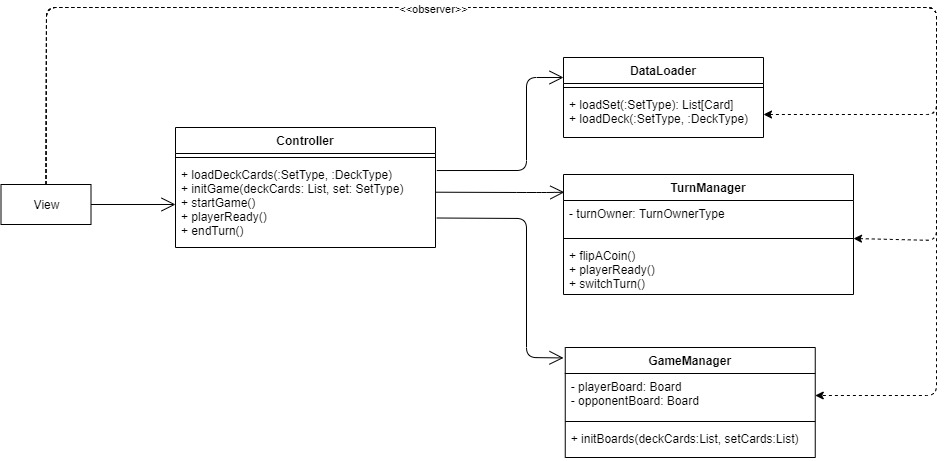
The draw.io diagram process/design/Initialization_class.png in fedeOx/scalamon_tcg, before a commit. Source tidied: cells renumbered, new cells last; positions are measured from the earlier drawing's top-left corner, leaving out a move shared by most shapes.
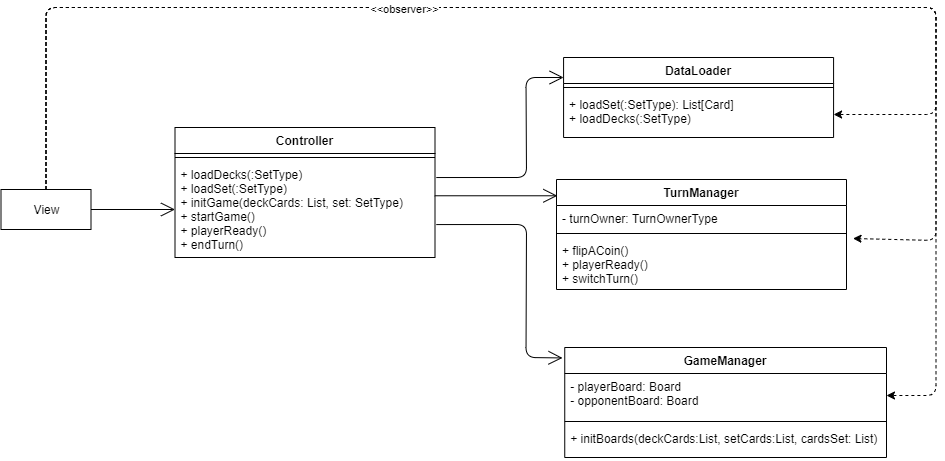
Above is the later version.

Change to the diagram source:
```diff
@@ -3,102 +3,97 @@
     <mxCell id="0" />
     <mxCell id="1" parent="0" />
     <mxCell id="2" value="Controller" style="swimlane;fontStyle=1;align=center;verticalAlign=top;horizontal=1;startSize=26;" parent="1" vertex="1">
-      <mxGeometry x="175" y="120" width="260" height="120" as="geometry" />
+      <mxGeometry x="114.5" width="260" height="130" as="geometry" />
     </mxCell>
     <mxCell id="3" style="line;strokeWidth=1;fillColor=none;align=left;verticalAlign=middle;spacingTop=-1;spacingLeft=3;spacingRight=3;labelPosition=right;" parent="2" vertex="1">
       <mxGeometry y="26" width="260" height="8" as="geometry" />
     </mxCell>
-    <mxCell id="4" value="+ loadDeckCards(:SetType, :DeckType)&#10;+ initGame(deckCards: List, set: SetType)&#10;+ startGame()&#10;+ playerReady()&#10;+ endTurn()" style="text;strokeColor=none;fillColor=none;align=left;verticalAlign=top;spacingLeft=4;spacingRight=4;overflow=hidden;points=[[0,0.5],[1,0.5]];portConstraint=eastwest;" parent="2" vertex="1">
-      <mxGeometry y="34" width="260" height="86" as="geometry" />
+    <mxCell id="4" value="+ loadDecks(:SetType)&#10;+ loadSet(:SetType)&#10;+ initGame(deckCards: List, set: SetType)&#10;+ startGame()&#10;+ playerReady()&#10;+ endTurn()" style="text;strokeColor=none;fillColor=none;align=left;verticalAlign=top;spacingLeft=4;spacingRight=4;overflow=hidden;points=[[0,0.5],[1,0.5]];portConstraint=eastwest;" parent="2" vertex="1">
+      <mxGeometry y="34" width="260" height="96" as="geometry" />
     </mxCell>
-    <mxCell id="5" value="DataLoader" style="swimlane;fontStyle=1;align=center;verticalAlign=top;horizontal=1;startSize=26;fontSize=12;" parent="1" vertex="1">
-      <mxGeometry x="563" y="50" width="200" height="80" as="geometry" />
+    <mxCell id="5" value="GameManager" style="swimlane;fontStyle=1;align=center;verticalAlign=top;horizontal=1;startSize=26;" parent="1" vertex="1">
+      <mxGeometry x="504.2" y="220" width="321.8" height="110" as="geometry" />
     </mxCell>
-    <mxCell id="6" style="line;strokeWidth=1;fillColor=none;align=left;verticalAlign=middle;spacingTop=-1;spacingLeft=3;spacingRight=3;labelPosition=right;points=[];portConstraint=eastwest;" parent="5" vertex="1">
-      <mxGeometry y="26" width="200" height="8" as="geometry" />
+    <mxCell id="6" value="- playerBoard: Board&#10;- opponentBoard: Board" style="text;strokeColor=none;fillColor=none;align=left;verticalAlign=top;spacingLeft=4;spacingRight=4;overflow=hidden;points=[[0,0.5],[1,0.5]];portConstraint=eastwest;" parent="5" vertex="1">
+      <mxGeometry y="26" width="321.8" height="44" as="geometry" />
     </mxCell>
-    <mxCell id="7" value="+ loadSet(:SetType): List[Card]&#10;+ loadDeck(:SetType, :DeckType)" style="text;strokeColor=none;fillColor=none;align=left;verticalAlign=top;spacingLeft=4;spacingRight=4;overflow=hidden;points=[[0,0.5],[1,0.5]];portConstraint=eastwest;" parent="5" vertex="1">
-      <mxGeometry y="34" width="200" height="46" as="geometry" />
+    <mxCell id="7" style="line;strokeWidth=1;fillColor=none;align=left;verticalAlign=middle;spacingTop=-1;spacingLeft=3;spacingRight=3;labelPosition=right;points=[];portConstraint=eastwest;" parent="5" vertex="1">
+      <mxGeometry y="70" width="321.8" height="8" as="geometry" />
     </mxCell>
-    <mxCell id="8" value="TurnManager" style="swimlane;fontStyle=1;align=center;verticalAlign=top;horizontal=1;startSize=26;" parent="1" vertex="1">
-      <mxGeometry x="563" y="167" width="290" height="120" as="geometry" />
+    <mxCell id="8" value="+ initBoards(deckCards:List, setCards:List, cardsSet: List)" style="text;strokeColor=none;fillColor=none;align=left;verticalAlign=top;spacingLeft=4;spacingRight=4;overflow=hidden;points=[[0,0.5],[1,0.5]];portConstraint=eastwest;" parent="5" vertex="1">
+      <mxGeometry y="78" width="321.8" height="32" as="geometry" />
     </mxCell>
-    <mxCell id="9" value="- turnOwner: TurnOwnerType" style="text;strokeColor=none;fillColor=none;align=left;verticalAlign=top;spacingLeft=4;spacingRight=4;overflow=hidden;points=[[0,0.5],[1,0.5]];portConstraint=eastwest;" parent="8" vertex="1">
-      <mxGeometry y="26" width="290" height="34" as="geometry" />
+    <mxCell id="9" value="DataLoader" style="swimlane;fontStyle=1;align=center;verticalAlign=top;horizontal=1;startSize=26;fontSize=12;" parent="1" vertex="1">
+      <mxGeometry x="503.1" y="-70" width="270" height="80" as="geometry" />
     </mxCell>
-    <mxCell id="10" style="line;strokeWidth=1;fillColor=none;align=left;verticalAlign=middle;spacingTop=-1;spacingLeft=3;spacingRight=3;labelPosition=right;" parent="8" vertex="1">
-      <mxGeometry y="60" width="290" height="8" as="geometry" />
+    <mxCell id="10" style="line;strokeWidth=1;fillColor=none;align=left;verticalAlign=middle;spacingTop=-1;spacingLeft=3;spacingRight=3;labelPosition=right;" parent="9" vertex="1">
+      <mxGeometry y="26" width="270" height="8" as="geometry" />
     </mxCell>
-    <mxCell id="11" value="+ flipACoin()&#10;+ playerReady()&#10;+ switchTurn()&#10;" style="text;strokeColor=none;fillColor=none;align=left;verticalAlign=top;spacingLeft=4;spacingRight=4;overflow=hidden;points=[[0,0.5],[1,0.5]];portConstraint=eastwest;" parent="8" vertex="1">
-      <mxGeometry y="68" width="290" height="52" as="geometry" />
+    <mxCell id="11" value="+ loadSet(:SetType): List[Card]&#10;+ loadDecks(:SetType)" style="text;strokeColor=none;fillColor=none;align=left;verticalAlign=top;spacingLeft=4;spacingRight=4;overflow=hidden;points=[[0,0.5],[1,0.5]];portConstraint=eastwest;" parent="9" vertex="1">
+      <mxGeometry y="34" width="270" height="46" as="geometry" />
     </mxCell>
-    <mxCell id="12" value="GameManager" style="swimlane;fontStyle=1;align=center;verticalAlign=top;horizontal=1;startSize=26;" parent="1" vertex="1">
-      <mxGeometry x="564.8" y="340" width="250" height="110" as="geometry" />
+    <mxCell id="12" value="TurnManager" style="swimlane;fontStyle=1;align=center;verticalAlign=top;horizontal=1;startSize=26;" parent="1" vertex="1">
+      <mxGeometry x="496" y="52" width="290" height="110" as="geometry" />
     </mxCell>
-    <mxCell id="13" value="- playerBoard: Board&#10;- opponentBoard: Board" style="text;strokeColor=none;fillColor=none;align=left;verticalAlign=top;spacingLeft=4;spacingRight=4;overflow=hidden;points=[[0,0.5],[1,0.5]];portConstraint=eastwest;" parent="12" vertex="1">
-      <mxGeometry y="26" width="250" height="44" as="geometry" />
+    <mxCell id="13" value="- turnOwner: TurnOwnerType" style="text;strokeColor=none;fillColor=none;align=left;verticalAlign=top;spacingLeft=4;spacingRight=4;overflow=hidden;points=[[0,0.5],[1,0.5]];portConstraint=eastwest;" parent="12" vertex="1">
+      <mxGeometry y="26" width="290" height="24" as="geometry" />
     </mxCell>
     <mxCell id="14" style="line;strokeWidth=1;fillColor=none;align=left;verticalAlign=middle;spacingTop=-1;spacingLeft=3;spacingRight=3;labelPosition=right;" parent="12" vertex="1">
-      <mxGeometry y="70" width="250" height="8" as="geometry" />
+      <mxGeometry y="50" width="290" height="8" as="geometry" />
     </mxCell>
-    <mxCell id="15" value="+ initBoards(deckCards:List, setCards:List)" style="text;strokeColor=none;fillColor=none;align=left;verticalAlign=top;spacingLeft=4;spacingRight=4;overflow=hidden;" parent="12" vertex="1">
-      <mxGeometry y="78" width="250" height="32" as="geometry" />
+    <mxCell id="15" value="+ flipACoin()&#10;+ playerReady()&#10;+ switchTurn()&#10;" style="text;strokeColor=none;fillColor=none;align=left;verticalAlign=top;spacingLeft=4;spacingRight=4;overflow=hidden;" parent="12" vertex="1">
+      <mxGeometry y="58" width="290" height="52" as="geometry" />
     </mxCell>
     <mxCell id="16" value="View" style="html=1;" parent="1" vertex="1">
-      <mxGeometry x="0.5" y="177" width="90" height="40" as="geometry" />
+      <mxGeometry x="-59.5" y="62" width="90" height="40" as="geometry" />
     </mxCell>
     <mxCell id="17" style="endArrow=open;endFill=1;endSize=12;html=1;exitX=1;exitY=0.5;exitDx=0;exitDy=0;entryX=0;entryY=0.5;entryDx=0;entryDy=0;" parent="1" edge="1" source="16" target="4">
       <mxGeometry relative="1" as="geometry" />
     </mxCell>
-    <mxCell id="18" style="endArrow=open;endFill=1;endSize=12;html=1;entryX=0;entryY=0.25;entryDx=0;entryDy=0;exitX=1.005;exitY=0.105;exitDx=0;exitDy=0;exitPerimeter=0;" parent="1" edge="1" source="4" target="5">
+    <mxCell id="18" style="endArrow=open;endFill=1;endSize=12;html=1;entryX=0;entryY=0.25;entryDx=0;entryDy=0;exitX=1.005;exitY=0.167;exitDx=0;exitDy=0;exitPerimeter=0;" parent="1" edge="1" source="4" target="9">
       <mxGeometry relative="1" as="geometry">
         <Array as="points">
-          <mxPoint x="526" y="163" />
-          <mxPoint x="526" y="70" />
+          <mxPoint x="466" y="50" />
+          <mxPoint x="465.5" y="-50" />
         </Array>
       </mxGeometry>
     </mxCell>
-    <mxCell id="19" style="endArrow=open;endFill=1;endSize=12;html=1;entryX=0.003;entryY=0.148;entryDx=0;entryDy=0;exitX=0.999;exitY=0.357;exitDx=0;exitDy=0;exitPerimeter=0;entryPerimeter=0;" parent="1" edge="1" source="4" target="8">
-      <mxGeometry relative="1" as="geometry">
-        <Array as="points">
-          <mxPoint x="526" y="185" />
-          <mxPoint x="546" y="185" />
-        </Array>
-      </mxGeometry>
+    <mxCell id="19" style="endArrow=open;endFill=1;endSize=12;html=1;entryX=0.003;entryY=0.148;entryDx=0;entryDy=0;exitX=0.999;exitY=0.357;exitDx=0;exitDy=0;exitPerimeter=0;entryPerimeter=0;" parent="1" edge="1" source="4" target="12">
+      <mxGeometry relative="1" as="geometry" />
     </mxCell>
-    <mxCell id="20" style="endArrow=open;endFill=1;endSize=12;html=1;entryX=-0.007;entryY=0.095;entryDx=0;entryDy=0;exitX=1.005;exitY=0.657;exitDx=0;exitDy=0;exitPerimeter=0;entryPerimeter=0;" parent="1" edge="1" source="4" target="12">
+    <mxCell id="20" style="endArrow=open;endFill=1;endSize=12;html=1;entryX=-0.007;entryY=0.095;entryDx=0;entryDy=0;exitX=1.005;exitY=0.657;exitDx=0;exitDy=0;exitPerimeter=0;entryPerimeter=0;" parent="1" edge="1" source="4" target="5">
       <mxGeometry relative="1" as="geometry">
         <Array as="points">
-          <mxPoint x="526" y="211" />
-          <mxPoint x="526" y="350" />
+          <mxPoint x="466" y="97" />
+          <mxPoint x="465.5" y="230" />
         </Array>
       </mxGeometry>
     </mxCell>
-    <mxCell id="21" style="endArrow=classic;html=1;strokeWidth=1;entryX=1;entryY=0.5;entryDx=0;entryDy=0;exitX=0.5;exitY=0;exitDx=0;exitDy=0;dashed=1;" parent="1" edge="1" source="16" target="7">
+    <mxCell id="21" style="endArrow=classic;html=1;strokeWidth=1;entryX=1;entryY=0.5;entryDx=0;entryDy=0;exitX=0.5;exitY=0;exitDx=0;exitDy=0;dashed=1;" parent="1" edge="1" source="16" target="11">
       <mxGeometry relative="1" as="geometry">
         <Array as="points">
-          <mxPoint x="46" />
-          <mxPoint x="936" />
-          <mxPoint x="936" y="107" />
+          <mxPoint x="-14.5" y="-120" />
+          <mxPoint x="875.5" y="-120" />
+          <mxPoint x="875.5" y="-13" />
         </Array>
       </mxGeometry>
     </mxCell>
     <mxCell id="22" style="endArrow=classic;html=1;strokeWidth=1;exitX=0.5;exitY=0;exitDx=0;exitDy=0;dashed=1;" parent="1" edge="1" source="16">
       <mxGeometry relative="1" as="geometry">
-        <mxPoint x="853" y="231" as="targetPoint" />
+        <mxPoint x="792.5" y="111" as="targetPoint" />
         <Array as="points">
-          <mxPoint x="46" />
-          <mxPoint x="936" />
-          <mxPoint x="936" y="233" />
+          <mxPoint x="-14.5" y="-120" />
+          <mxPoint x="875.5" y="-120" />
+          <mxPoint x="875.5" y="113" />
         </Array>
       </mxGeometry>
     </mxCell>
-    <mxCell id="23" style="endArrow=classic;html=1;strokeWidth=1;exitX=0.5;exitY=0;exitDx=0;exitDy=0;dashed=1;entryX=1;entryY=0.5;entryDx=0;entryDy=0;" parent="1" edge="1" source="16" target="13">
+    <mxCell id="23" style="endArrow=classic;html=1;strokeWidth=1;exitX=0.5;exitY=0;exitDx=0;exitDy=0;dashed=1;entryX=1;entryY=0.5;entryDx=0;entryDy=0;" parent="1" edge="1" source="16" target="6">
       <mxGeometry relative="1" as="geometry">
         <Array as="points">
-          <mxPoint x="46" />
-          <mxPoint x="936" />
-          <mxPoint x="936" y="388" />
+          <mxPoint x="-14.5" y="-120" />
+          <mxPoint x="875.5" y="-120" />
+          <mxPoint x="875.5" y="268" />
         </Array>
       </mxGeometry>
     </mxCell>
```
